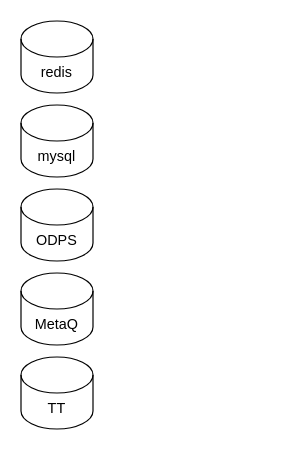
The draw.io diagram UserExperienceMS.drawio in changedi/bettercharts, before the edit. Source tidied: cells renumbered, new cells numbered last; positions are measured from the earlier drawing's top-left corner, leaving out a move shared by most shapes. Both pictures are drawn from the tidied source at 120%, with x=0, y=0 at pixel (20, 20).
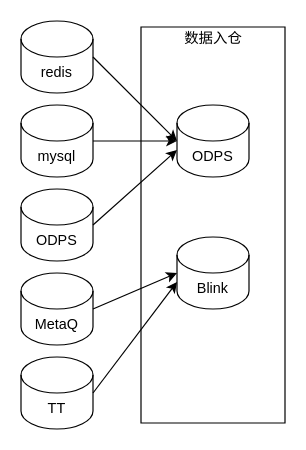
The same diagram, later.

What changed in the source:
```diff
@@
 <mxGraphModel>
   <root>
     <mxCell id="0" />
     <mxCell id="1" parent="0" />
+    <mxCell id="7" style="verticalLabelPosition=bottom;verticalAlign=top;html=1;shape=mxgraph.basic.rect;fillColor2=none;strokeWidth=1;size=20;indent=5;" parent="1" vertex="1">
+      <mxGeometry x="100" y="5" width="120" height="330" as="geometry" />
+    </mxCell>
     <mxCell id="2" value="redis" style="shape=cylinder3;whiteSpace=wrap;html=1;boundedLbl=1;backgroundOutline=1;size=15;" parent="1" vertex="1">
       <mxGeometry width="60" height="60" as="geometry" />
     </mxCell>
     <mxCell id="3" value="mysql" style="shape=cylinder3;whiteSpace=wrap;html=1;boundedLbl=1;backgroundOutline=1;size=15;" parent="1" vertex="1">
       <mxGeometry y="70" width="60" height="60" as="geometry" />
     </mxCell>
     <mxCell id="4" value="ODPS" style="shape=cylinder3;whiteSpace=wrap;html=1;boundedLbl=1;backgroundOutline=1;size=15;" parent="1" vertex="1">
       <mxGeometry y="140" width="60" height="60" as="geometry" />
     </mxCell>
     <mxCell id="5" value="MetaQ" style="shape=cylinder3;whiteSpace=wrap;html=1;boundedLbl=1;backgroundOutline=1;size=15;" parent="1" vertex="1">
       <mxGeometry y="210" width="60" height="60" as="geometry" />
     </mxCell>
     <mxCell id="6" value="TT" style="shape=cylinder3;whiteSpace=wrap;html=1;boundedLbl=1;backgroundOutline=1;size=15;" parent="1" vertex="1">
       <mxGeometry y="280" width="60" height="60" as="geometry" />
     </mxCell>
+    <mxCell id="8" value="ODPS" style="shape=cylinder3;whiteSpace=wrap;html=1;boundedLbl=1;backgroundOutline=1;size=15;" parent="1" vertex="1">
+      <mxGeometry x="130" y="70" width="60" height="60" as="geometry" />
+    </mxCell>
+    <mxCell id="9" value="Blink" style="shape=cylinder3;whiteSpace=wrap;html=1;boundedLbl=1;backgroundOutline=1;size=15;" parent="1" vertex="1">
+      <mxGeometry x="130" y="180" width="60" height="60" as="geometry" />
+    </mxCell>
+    <mxCell id="10" value="数据入仓" style="text;html=1;align=center;verticalAlign=middle;strokeColor=none;fillColor=none;" parent="1" vertex="1">
+      <mxGeometry x="130" y="5" width="60" height="20" as="geometry" />
+    </mxCell>
+    <mxCell id="11" style="endArrow=classic;html=1;rounded=0;exitX=1;exitY=0.5;exitDx=0;exitDy=0;exitPerimeter=0;entryX=0;entryY=0.5;entryDx=0;entryDy=0;entryPerimeter=0;" parent="1" edge="1" source="2" target="8">
+      <mxGeometry relative="1" as="geometry" />
+    </mxCell>
+    <mxCell id="12" style="endArrow=classic;html=1;rounded=0;exitX=1;exitY=0.5;exitDx=0;exitDy=0;exitPerimeter=0;entryX=0;entryY=0.5;entryDx=0;entryDy=0;entryPerimeter=0;" parent="1" edge="1" source="3" target="8">
+      <mxGeometry relative="1" as="geometry" />
+    </mxCell>
+    <mxCell id="13" style="endArrow=classic;html=1;rounded=0;exitX=1;exitY=0.5;exitDx=0;exitDy=0;exitPerimeter=0;entryX=0;entryY=0;entryDx=0;entryDy=37.5;entryPerimeter=0;" parent="1" edge="1" source="4" target="8">
+      <mxGeometry relative="1" as="geometry" />
+    </mxCell>
+    <mxCell id="14" style="endArrow=classic;html=1;rounded=0;exitX=1;exitY=0.5;exitDx=0;exitDy=0;exitPerimeter=0;entryX=0;entryY=0.5;entryDx=0;entryDy=0;entryPerimeter=0;" parent="1" edge="1" source="5" target="9">
+      <mxGeometry relative="1" as="geometry" />
+    </mxCell>
+    <mxCell id="15" style="endArrow=classic;html=1;rounded=0;exitX=1;exitY=0.5;exitDx=0;exitDy=0;exitPerimeter=0;entryX=0;entryY=0;entryDx=0;entryDy=37.5;entryPerimeter=0;" parent="1" edge="1" source="6" target="9">
+      <mxGeometry relative="1" as="geometry" />
+    </mxCell>
   </root>
 </mxGraphModel>
```
